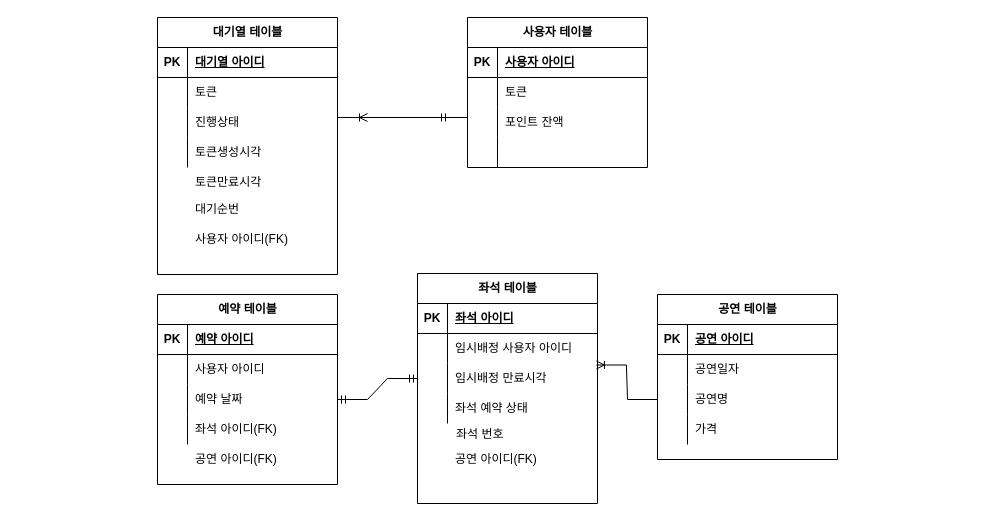
Earlier version of the draw.io diagram week3/콘서트예약 ERD.drawio (wwwkang8/hhplus). Source tidied: cells renumbered, new cells numbered last; positions are measured from the earlier drawing's top-left corner, leaving out a move shared by most shapes. Both pictures are drawn from the tidied source at 100%, with x=0, y=0 at pixel (157, 17).
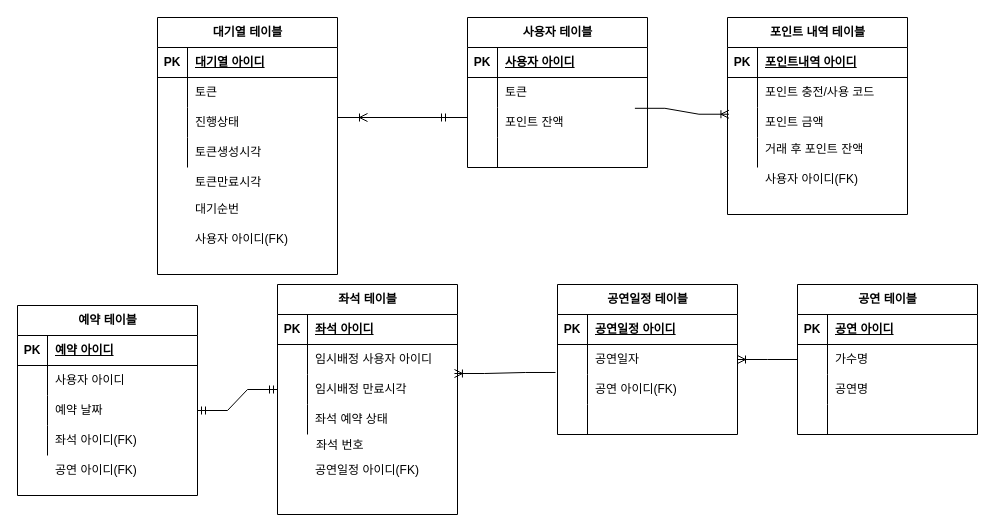
Above is the later version.

Commit message:
콘서트예약 ERD.drawio 업데이트

The change refers to these unchanged cells:
```xml
<mxCell id="25" style="shape=tableRow;horizontal=0;startSize=0;swimlaneHead=0;swimlaneBody=0;fillColor=none;points=[[0,0.5],[1,0.5]];portConstraint=eastwest;top=0;left=0;right=0;bottom=0;" parent="18" vertex="1">
  <mxGeometry y="90" width="180" height="30" as="geometry" />
</mxCell>
<mxCell id="54" style="shape=tableRow;horizontal=0;startSize=0;swimlaneHead=0;swimlaneBody=0;fillColor=none;points=[[0,0.5],[1,0.5]];portConstraint=eastwest;top=0;left=0;right=0;bottom=0;" parent="50" vertex="1">
  <mxGeometry y="60" width="180" height="30" as="geometry" />
</mxCell>
<mxCell id="57" style="shape=tableRow;horizontal=0;startSize=0;swimlaneHead=0;swimlaneBody=0;fillColor=none;points=[[0,0.5],[1,0.5]];portConstraint=eastwest;top=0;left=0;right=0;bottom=0;" parent="50" vertex="1">
  <mxGeometry y="90" width="180" height="30" as="geometry" />
</mxCell>
<mxCell id="73" style="shape=tableRow;horizontal=0;startSize=0;swimlaneHead=0;swimlaneBody=0;fillColor=none;points=[[0,0.5],[1,0.5]];portConstraint=eastwest;top=0;left=0;right=0;bottom=0;" parent="69" vertex="1">
  <mxGeometry y="60" width="180" height="30" as="geometry" />
</mxCell>
<mxCell id="76" style="shape=tableRow;horizontal=0;startSize=0;swimlaneHead=0;swimlaneBody=0;fillColor=none;points=[[0,0.5],[1,0.5]];portConstraint=eastwest;top=0;left=0;right=0;bottom=0;" parent="69" vertex="1">
  <mxGeometry y="90" width="180" height="30" as="geometry" />
</mxCell>
```

The edit, as a diff of the source:
```diff
@@
     <mxCell id="33" value="예약 테이블" style="shape=table;startSize=30;childLayout=tableLayout;rowLines=0;fontStyle=1;align=center;html=1;" parent="1" vertex="1">
-      <mxGeometry y="277" width="180" height="190" as="geometry" />
+      <mxGeometry x="-140" y="288" width="180" height="190" as="geometry" />
     </mxCell>
@@
     <mxCell id="46" value="공연 아이디(FK)" style="shape=partialRectangle;fillColor=none;top=0;left=0;bottom=0;right=0;align=left;spacingLeft=6;overflow=hidden;whiteSpace=wrap;html=1;" parent="1" vertex="1">
-      <mxGeometry x="30" y="427" width="150" height="30" as="geometry" />
+      <mxGeometry x="-110" y="438" width="150" height="30" as="geometry" />
     </mxCell>
     <mxCell id="47" style="shape=tableRow;horizontal=0;startSize=0;swimlaneHead=0;swimlaneBody=0;fillColor=none;top=0;left=0;right=0;bottom=0;" parent="1" vertex="1">
-      <mxGeometry x="410" y="357" width="180" height="30" as="geometry" />
+      <mxGeometry x="470" y="357" width="180" height="30" as="geometry" />
     </mxCell>
     <mxCell id="48" style="shape=partialRectangle;fillColor=none;top=0;left=0;bottom=0;right=0;overflow=hidden;whiteSpace=wrap;html=1;" parent="47" vertex="1">
-      <mxGeometry x="180" y="50" width="30" height="30" as="geometry" />
+      <mxGeometry x="260" y="40" width="30" height="30" as="geometry" />
     </mxCell>
@@
     <mxCell id="50" value="공연 테이블" style="shape=table;startSize=30;childLayout=tableLayout;rowLines=0;fontStyle=1;align=center;html=1;" parent="1" vertex="1">
-      <mxGeometry x="500" y="277" width="180" height="165" as="geometry" />
+      <mxGeometry x="640" y="267" width="180" height="150" as="geometry" />
     </mxCell>
@@
-    <mxCell id="56" value="공연일자" style="shape=partialRectangle;fillColor=none;top=0;left=0;bottom=0;right=0;align=left;spacingLeft=6;overflow=hidden;whiteSpace=wrap;html=1;" parent="54" vertex="1">
+    <mxCell id="56" value="가수명" style="shape=partialRectangle;fillColor=none;top=0;left=0;bottom=0;right=0;align=left;spacingLeft=6;overflow=hidden;whiteSpace=wrap;html=1;" parent="54" vertex="1">
       <mxGeometry x="30" width="150" height="30" as="geometry" />
     </mxCell>
@@
     <mxCell id="63" style="shape=tableRow;horizontal=0;startSize=0;swimlaneHead=0;swimlaneBody=0;fillColor=none;top=0;left=0;right=0;bottom=0;" parent="1" vertex="1">
-      <mxGeometry x="260" y="427" width="180" height="30" as="geometry" />
+      <mxGeometry x="120" y="438" width="180" height="30" as="geometry" />
     </mxCell>
@@
-    <mxCell id="65" value="공연 아이디(FK)" style="shape=partialRectangle;fillColor=none;top=0;left=0;bottom=0;right=0;align=left;spacingLeft=6;overflow=hidden;whiteSpace=wrap;html=1;" parent="63" vertex="1">
+    <mxCell id="65" value="공연일정 아이디(FK)" style="shape=partialRectangle;fillColor=none;top=0;left=0;bottom=0;right=0;align=left;spacingLeft=6;overflow=hidden;whiteSpace=wrap;html=1;" parent="63" vertex="1">
       <mxGeometry x="30" width="150" height="30" as="geometry" />
     </mxCell>
-    <mxCell id="66" value="가격" style="shape=partialRectangle;fillColor=none;top=0;left=0;bottom=0;right=0;align=left;spacingLeft=6;overflow=hidden;whiteSpace=wrap;html=1;" parent="1" vertex="1">
-      <mxGeometry x="530" y="397" width="150" height="30" as="geometry" />
-    </mxCell>
@@
-    <mxCell id="68" style="edgeStyle=entityRelationEdgeStyle;fontSize=12;html=1;endArrow=ERoneToMany;rounded=0;entryX=0.994;entryY=0.05;entryDx=0;entryDy=0;entryPerimeter=0;" parent="1" edge="1" source="57" target="76">
-      <mxGeometry relative="1" as="geometry">
-        <Array as="points">
-          <mxPoint x="460" y="407" />
-        </Array>
-      </mxGeometry>
-    </mxCell>
     <mxCell id="69" value="좌석 테이블" style="shape=table;startSize=30;childLayout=tableLayout;rowLines=0;fontStyle=1;align=center;html=1;" parent="1" vertex="1">
-      <mxGeometry x="260" y="256" width="180" height="230" as="geometry" />
+      <mxGeometry x="120" y="267" width="180" height="230" as="geometry" />
     </mxCell>
@@
     <mxCell id="82" value="좌석 번호" style="shape=partialRectangle;fillColor=none;top=0;left=0;bottom=0;right=0;align=left;spacingLeft=6;overflow=hidden;whiteSpace=wrap;html=1;" parent="1" vertex="1">
-      <mxGeometry x="291" y="402" width="150" height="30" as="geometry" />
+      <mxGeometry x="151" y="413" width="150" height="30" as="geometry" />
     </mxCell>
+    <mxCell id="83" style="shape=partialRectangle;fillColor=none;top=0;left=0;bottom=0;right=0;overflow=hidden;whiteSpace=wrap;html=1;" parent="1" vertex="1">
+      <mxGeometry x="500" y="397" width="30" height="30" as="geometry" />
+    </mxCell>
+    <mxCell id="84" value="공연일정 테이블" style="shape=table;startSize=30;childLayout=tableLayout;rowLines=0;fontStyle=1;align=center;html=1;" parent="1" vertex="1">
+      <mxGeometry x="400" y="267" width="180" height="150" as="geometry" />
+    </mxCell>
+    <mxCell id="85" style="shape=tableRow;horizontal=0;startSize=0;swimlaneHead=0;swimlaneBody=0;fillColor=none;top=0;left=0;right=0;bottom=1;" parent="84" vertex="1">
+      <mxGeometry y="30" width="180" height="30" as="geometry" />
+    </mxCell>
+    <mxCell id="86" value="PK" style="shape=partialRectangle;fillColor=none;top=0;left=0;bottom=0;right=0;fontStyle=1;overflow=hidden;whiteSpace=wrap;html=1;" parent="85" vertex="1">
+      <mxGeometry width="30" height="30" as="geometry" />
+    </mxCell>
+    <mxCell id="87" value="공연일정 아이디" style="shape=partialRectangle;fillColor=none;top=0;left=0;bottom=0;right=0;align=left;spacingLeft=6;fontStyle=5;overflow=hidden;whiteSpace=wrap;html=1;" parent="85" vertex="1">
+      <mxGeometry x="30" width="150" height="30" as="geometry" />
+    </mxCell>
+    <mxCell id="88" style="shape=tableRow;horizontal=0;startSize=0;swimlaneHead=0;swimlaneBody=0;fillColor=none;points=[[0,0.5],[1,0.5]];portConstraint=eastwest;top=0;left=0;right=0;bottom=0;" parent="84" vertex="1">
+      <mxGeometry y="60" width="180" height="30" as="geometry" />
+    </mxCell>
+    <mxCell id="89" style="shape=partialRectangle;fillColor=none;top=0;left=0;bottom=0;right=0;overflow=hidden;whiteSpace=wrap;html=1;" parent="88" vertex="1">
+      <mxGeometry width="30" height="30" as="geometry" />
+    </mxCell>
+    <mxCell id="90" value="공연일자" style="shape=partialRectangle;fillColor=none;top=0;left=0;bottom=0;right=0;align=left;spacingLeft=6;overflow=hidden;whiteSpace=wrap;html=1;" parent="88" vertex="1">
+      <mxGeometry x="30" width="150" height="30" as="geometry" />
+    </mxCell>
+    <mxCell id="91" style="shape=tableRow;horizontal=0;startSize=0;swimlaneHead=0;swimlaneBody=0;fillColor=none;points=[[0,0.5],[1,0.5]];portConstraint=eastwest;top=0;left=0;right=0;bottom=0;" parent="84" vertex="1">
+      <mxGeometry y="90" width="180" height="30" as="geometry" />
+    </mxCell>
+    <mxCell id="92" style="shape=partialRectangle;fillColor=none;top=0;left=0;bottom=0;right=0;overflow=hidden;whiteSpace=wrap;html=1;" parent="91" vertex="1">
+      <mxGeometry width="30" height="30" as="geometry" />
+    </mxCell>
+    <mxCell id="93" value="공연 아이디(FK)" style="shape=partialRectangle;fillColor=none;top=0;left=0;bottom=0;right=0;align=left;spacingLeft=6;overflow=hidden;whiteSpace=wrap;html=1;" parent="91" vertex="1">
+      <mxGeometry x="30" width="150" height="30" as="geometry" />
+    </mxCell>
+    <mxCell id="94" style="shape=tableRow;horizontal=0;startSize=0;swimlaneHead=0;swimlaneBody=0;fillColor=none;top=0;left=0;right=0;bottom=0;" parent="84" vertex="1">
+      <mxGeometry y="120" width="180" height="30" as="geometry" />
+    </mxCell>
+    <mxCell id="95" style="shape=partialRectangle;fillColor=none;top=0;left=0;bottom=0;right=0;overflow=hidden;whiteSpace=wrap;html=1;" parent="94" vertex="1">
+      <mxGeometry width="30" height="30" as="geometry" />
+    </mxCell>
+    <mxCell id="96" style="shape=partialRectangle;fillColor=none;top=0;left=0;bottom=0;right=0;align=left;spacingLeft=6;overflow=hidden;whiteSpace=wrap;html=1;" parent="94" vertex="1">
+      <mxGeometry x="30" width="150" height="30" as="geometry" />
+    </mxCell>
+    <mxCell id="97" style="edgeStyle=entityRelationEdgeStyle;fontSize=12;html=1;endArrow=ERoneToMany;rounded=0;exitX=-0.011;exitY=-0.067;exitDx=0;exitDy=0;exitPerimeter=0;entryX=0.983;entryY=0.967;entryDx=0;entryDy=0;entryPerimeter=0;" parent="1" edge="1" source="91" target="73">
+      <mxGeometry relative="1" as="geometry" />
+    </mxCell>
+    <mxCell id="98" style="edgeStyle=entityRelationEdgeStyle;fontSize=12;html=1;endArrow=ERoneToMany;rounded=0;exitX=0;exitY=0.5;exitDx=0;exitDy=0;entryX=1;entryY=0.5;entryDx=0;entryDy=0;" parent="1" edge="1" source="54" target="88">
+      <mxGeometry relative="1" as="geometry" />
+    </mxCell>
+    <mxCell id="99" value="포인트 내역 테이블" style="shape=table;startSize=30;childLayout=tableLayout;rowLines=0;fontStyle=1;align=center;html=1;" parent="1" vertex="1">
+      <mxGeometry x="570" width="180" height="197" as="geometry" />
+    </mxCell>
+    <mxCell id="100" style="shape=tableRow;horizontal=0;startSize=0;swimlaneHead=0;swimlaneBody=0;fillColor=none;top=0;left=0;right=0;bottom=1;" parent="99" vertex="1">
+      <mxGeometry y="30" width="180" height="30" as="geometry" />
+    </mxCell>
+    <mxCell id="101" value="PK" style="shape=partialRectangle;fillColor=none;top=0;left=0;bottom=0;right=0;fontStyle=1;overflow=hidden;whiteSpace=wrap;html=1;" parent="100" vertex="1">
+      <mxGeometry width="30" height="30" as="geometry" />
+    </mxCell>
+    <mxCell id="102" value="포인트내역 아이디" style="shape=partialRectangle;fillColor=none;top=0;left=0;bottom=0;right=0;align=left;spacingLeft=6;fontStyle=5;overflow=hidden;whiteSpace=wrap;html=1;" parent="100" vertex="1">
+      <mxGeometry x="30" width="150" height="30" as="geometry" />
+    </mxCell>
+    <mxCell id="103" style="shape=tableRow;horizontal=0;startSize=0;swimlaneHead=0;swimlaneBody=0;fillColor=none;top=0;left=0;right=0;bottom=0;" parent="99" vertex="1">
+      <mxGeometry y="60" width="180" height="30" as="geometry" />
+    </mxCell>
+    <mxCell id="104" style="shape=partialRectangle;fillColor=none;top=0;left=0;bottom=0;right=0;overflow=hidden;whiteSpace=wrap;html=1;" parent="103" vertex="1">
+      <mxGeometry width="30" height="30" as="geometry" />
+    </mxCell>
+    <mxCell id="105" value="포인트 충전/사용 코드" style="shape=partialRectangle;fillColor=none;top=0;left=0;bottom=0;right=0;align=left;spacingLeft=6;overflow=hidden;whiteSpace=wrap;html=1;" parent="103" vertex="1">
+      <mxGeometry x="30" width="150" height="30" as="geometry" />
+    </mxCell>
+    <mxCell id="106" style="shape=tableRow;horizontal=0;startSize=0;swimlaneHead=0;swimlaneBody=0;fillColor=none;points=[[0,0.5],[1,0.5]];portConstraint=eastwest;top=0;left=0;right=0;bottom=0;" parent="99" vertex="1">
+      <mxGeometry y="90" width="180" height="30" as="geometry" />
+    </mxCell>
+    <mxCell id="107" style="shape=partialRectangle;fillColor=none;top=0;left=0;bottom=0;right=0;overflow=hidden;whiteSpace=wrap;html=1;" parent="106" vertex="1">
+      <mxGeometry width="30" height="30" as="geometry" />
+    </mxCell>
+    <mxCell id="108" value="포인트 금액" style="shape=partialRectangle;fillColor=none;top=0;left=0;bottom=0;right=0;align=left;spacingLeft=6;overflow=hidden;whiteSpace=wrap;html=1;" parent="106" vertex="1">
+      <mxGeometry x="30" width="150" height="30" as="geometry" />
+    </mxCell>
+    <mxCell id="109" style="shape=tableRow;horizontal=0;startSize=0;swimlaneHead=0;swimlaneBody=0;fillColor=none;top=0;left=0;right=0;bottom=0;" parent="99" vertex="1">
+      <mxGeometry y="120" width="180" height="30" as="geometry" />
+    </mxCell>
+    <mxCell id="110" style="shape=partialRectangle;fillColor=none;top=0;left=0;bottom=0;right=0;overflow=hidden;whiteSpace=wrap;html=1;" parent="109" vertex="1">
+      <mxGeometry width="30" height="30" as="geometry" />
+    </mxCell>
+    <mxCell id="111" style="shape=partialRectangle;fillColor=none;top=0;left=0;bottom=0;right=0;align=left;spacingLeft=6;overflow=hidden;whiteSpace=wrap;html=1;" parent="109" vertex="1">
+      <mxGeometry x="30" width="150" height="30" as="geometry" />
+    </mxCell>
+    <mxCell id="112" style="shape=tableRow;horizontal=0;startSize=0;swimlaneHead=0;swimlaneBody=0;fillColor=none;top=0;left=0;right=0;bottom=0;" parent="1" vertex="1">
+      <mxGeometry x="570" y="117" width="180" height="30" as="geometry" />
+    </mxCell>
+    <mxCell id="113" style="shape=partialRectangle;fillColor=none;top=0;left=0;bottom=0;right=0;overflow=hidden;whiteSpace=wrap;html=1;" parent="112" vertex="1">
+      <mxGeometry width="30" height="30" as="geometry" />
+    </mxCell>
+    <mxCell id="114" value="거래 후 포인트 잔액" style="shape=partialRectangle;fillColor=none;top=0;left=0;bottom=0;right=0;align=left;spacingLeft=6;overflow=hidden;whiteSpace=wrap;html=1;" parent="112" vertex="1">
+      <mxGeometry x="30" width="150" height="30" as="geometry" />
+    </mxCell>
+    <mxCell id="115" style="shape=tableRow;horizontal=0;startSize=0;swimlaneHead=0;swimlaneBody=0;fillColor=none;top=0;left=0;right=0;bottom=0;" parent="1" vertex="1">
+      <mxGeometry x="570" y="147" width="180" height="30" as="geometry" />
+    </mxCell>
+    <mxCell id="116" style="shape=partialRectangle;fillColor=none;top=0;left=0;bottom=0;right=0;overflow=hidden;whiteSpace=wrap;html=1;" parent="115" vertex="1">
+      <mxGeometry width="30" height="30" as="geometry" />
+    </mxCell>
+    <mxCell id="117" value="사용자 아이디(FK)" style="shape=partialRectangle;fillColor=none;top=0;left=0;bottom=0;right=0;align=left;spacingLeft=6;overflow=hidden;whiteSpace=wrap;html=1;" parent="115" vertex="1">
+      <mxGeometry x="30" width="150" height="30" as="geometry" />
+    </mxCell>
+    <mxCell id="118" style="edgeStyle=entityRelationEdgeStyle;fontSize=12;html=1;endArrow=ERoneToMany;rounded=0;entryX=0.008;entryY=0.224;entryDx=0;entryDy=0;entryPerimeter=0;exitX=0.93;exitY=0.027;exitDx=0;exitDy=0;exitPerimeter=0;" parent="1" edge="1" source="25" target="106">
+      <mxGeometry relative="1" as="geometry" />
+    </mxCell>
```
